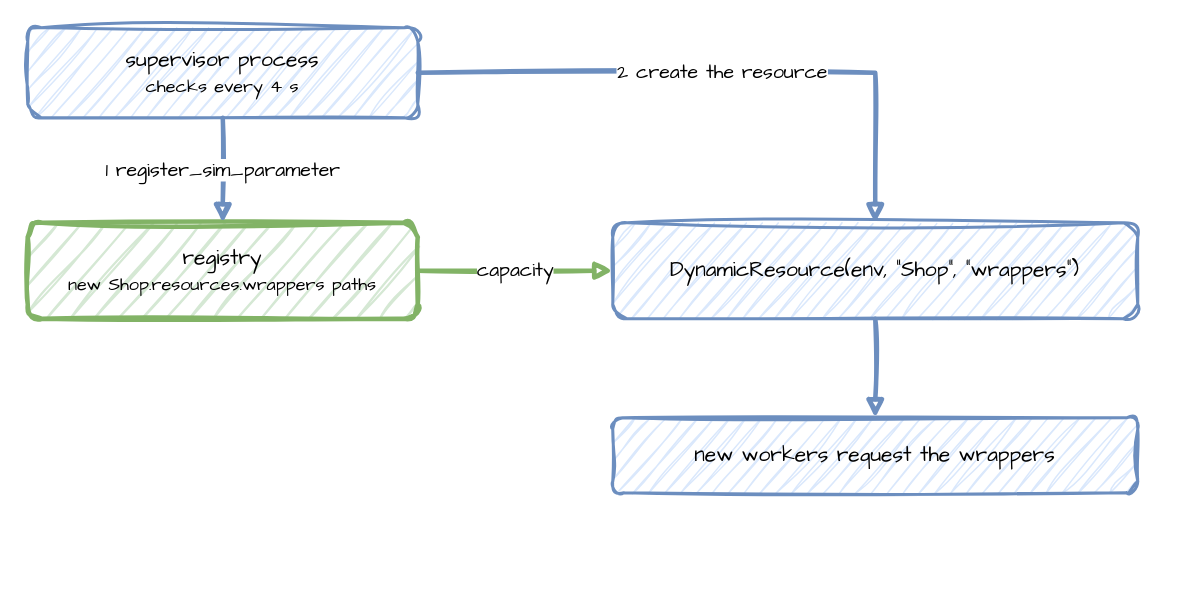
The draw.io diagram docs/assets/diagrams/topology-change.drawio in jaehyeon-kim/desflow, before the edit. Source tidied: cells renumbered, new cells numbered last; positions are measured from the earlier drawing's top-left corner, leaving out a move shared by most shapes. Both pictures are drawn from the tidied source at 150%, with x=0, y=0 at pixel (27, 27).
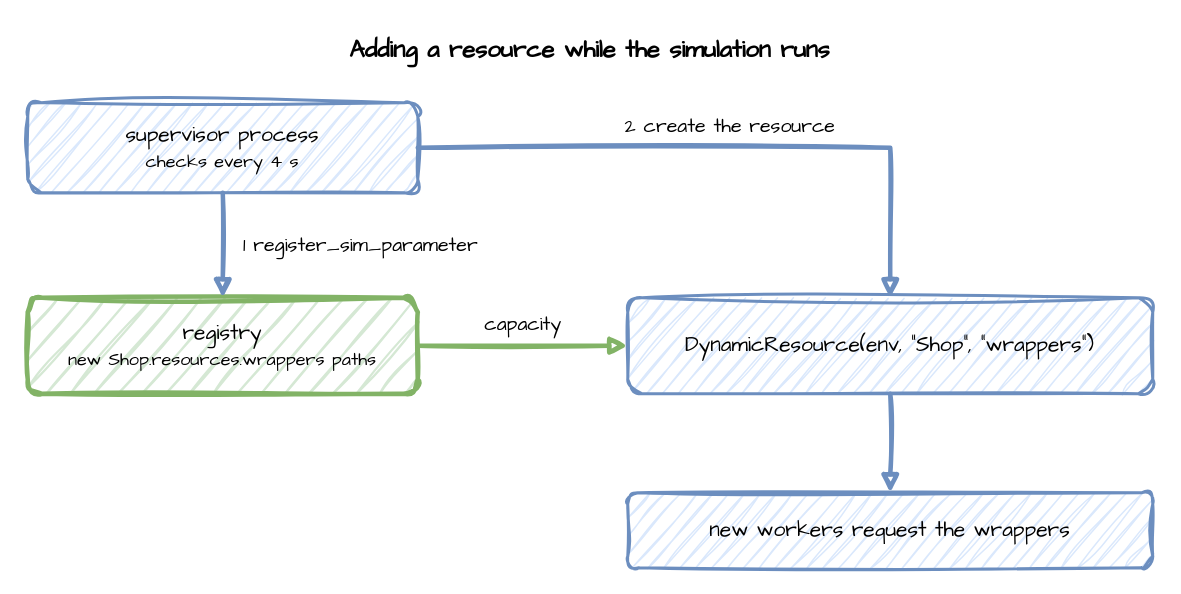
Above is the later version.

Change to the diagram source:
```diff
@@
 <mxGraphModel>
   <root>
     <mxCell id="0" />
     <mxCell id="1" parent="0" />
+    <mxCell id="10" value="Adding a resource while the simulation runs" style="text;html=1;align=center;verticalAlign=middle;whiteSpace=wrap;fontFamily=Comic Sans MS;fontSize=16;fontStyle=1;" parent="1" vertex="1">
+      <mxGeometry width="750" height="30" as="geometry" />
+    </mxCell>
     <mxCell id="2" value="supervisor process&lt;br&gt;&lt;font style='font-size:12px'&gt;checks every 4 s&lt;/font&gt;" style="rounded=1;whiteSpace=wrap;html=1;sketch=1;curveFitting=1;jiggle=2;fontFamily=Comic Sans MS;fontSize=14;fillColor=#dae8fc;strokeColor=#6c8ebf;strokeWidth=2;" parent="1" vertex="1">
-      <mxGeometry width="260" height="60" as="geometry" />
+      <mxGeometry y="50" width="260" height="60" as="geometry" />
     </mxCell>
     <mxCell id="3" value="registry&lt;br&gt;&lt;font style='font-size:12px'&gt;new Shop.resources.wrappers paths&lt;/font&gt;" style="rounded=1;whiteSpace=wrap;html=1;sketch=1;curveFitting=1;jiggle=2;fontFamily=Comic Sans MS;fontSize=14;fillColor=#d5e8d4;strokeColor=#82b366;strokeWidth=3;" parent="1" vertex="1">
-      <mxGeometry y="130" width="260" height="64" as="geometry" />
+      <mxGeometry y="180" width="260" height="64" as="geometry" />
     </mxCell>
     <mxCell id="4" value="DynamicResource(env, &amp;quot;Shop&amp;quot;, &amp;quot;wrappers&amp;quot;)" style="rounded=1;whiteSpace=wrap;html=1;sketch=1;curveFitting=1;jiggle=2;fontFamily=Comic Sans MS;fontSize=14;fillColor=#dae8fc;strokeColor=#6c8ebf;strokeWidth=2;" parent="1" vertex="1">
-      <mxGeometry x="390" y="130" width="350" height="64" as="geometry" />
+      <mxGeometry x="400" y="180" width="350" height="64" as="geometry" />
     </mxCell>
     <mxCell id="5" value="new workers request the wrappers" style="rounded=1;whiteSpace=wrap;html=1;sketch=1;curveFitting=1;jiggle=2;fontFamily=Comic Sans MS;fontSize=14;fillColor=#dae8fc;strokeColor=#6c8ebf;strokeWidth=2;" parent="1" vertex="1">
-      <mxGeometry x="390" y="260" width="350" height="50" as="geometry" />
+      <mxGeometry x="400" y="310" width="350" height="50" as="geometry" />
     </mxCell>
-    <mxCell id="6" value="1 register_sim_parameter" style="edgeStyle=orthogonalEdgeStyle;rounded=0;sketch=1;html=1;strokeWidth=3;endArrow=block;strokeColor=#6c8ebf;fontFamily=Comic Sans MS;fontSize=13;labelBackgroundColor=#ffffff;exitX=0.5;exitY=1;exitDx=0;exitDy=0;entryX=0.5;entryY=0;entryDx=0;entryDy=0;" parent="1" edge="1" source="2" target="3">
-      <mxGeometry relative="1" as="geometry" />
+    <mxCell id="6" value="1 register_sim_parameter" style="align=left;edgeStyle=orthogonalEdgeStyle;rounded=0;sketch=1;html=1;strokeWidth=3;endArrow=block;strokeColor=#6c8ebf;fontFamily=Comic Sans MS;fontSize=13;labelBackgroundColor=#ffffff;exitX=0.5;exitY=1;exitDx=0;exitDy=0;entryX=0.5;entryY=0;entryDx=0;entryDy=0;" parent="1" edge="1" source="2" target="3">
+      <mxGeometry relative="1" as="geometry">
+        <mxPoint x="12" as="offset" />
+      </mxGeometry>
     </mxCell>
     <mxCell id="7" value="2 create the resource" style="edgeStyle=orthogonalEdgeStyle;rounded=0;sketch=1;html=1;strokeWidth=3;endArrow=block;strokeColor=#6c8ebf;fontFamily=Comic Sans MS;fontSize=13;labelBackgroundColor=#ffffff;exitX=1;exitY=0.5;exitDx=0;exitDy=0;entryX=0.5;entryY=0;entryDx=0;entryDy=0;" parent="1" edge="1" source="2" target="4">
-      <mxGeometry relative="1" as="geometry" />
+      <mxGeometry relative="1" as="geometry">
+        <mxPoint y="-14" as="offset" />
+      </mxGeometry>
     </mxCell>
     <mxCell id="8" value="capacity" style="edgeStyle=orthogonalEdgeStyle;rounded=0;sketch=1;html=1;strokeWidth=3;endArrow=block;strokeColor=#82b366;fontFamily=Comic Sans MS;fontSize=13;labelBackgroundColor=#ffffff;exitX=1;exitY=0.5;exitDx=0;exitDy=0;entryX=0;entryY=0.5;entryDx=0;entryDy=0;" parent="1" edge="1" source="3" target="4">
-      <mxGeometry relative="1" as="geometry" />
+      <mxGeometry relative="1" as="geometry">
+        <mxPoint y="-14" as="offset" />
+      </mxGeometry>
     </mxCell>
     <mxCell id="9" style="edgeStyle=orthogonalEdgeStyle;rounded=0;sketch=1;html=1;strokeWidth=3;endArrow=block;strokeColor=#6c8ebf;fontFamily=Comic Sans MS;fontSize=13;labelBackgroundColor=#ffffff;exitX=0.5;exitY=1;exitDx=0;exitDy=0;entryX=0.5;entryY=0;entryDx=0;entryDy=0;" parent="1" edge="1" source="4" target="5">
       <mxGeometry relative="1" as="geometry" />
     </mxCell>
   </root>
 </mxGraphModel>
```
